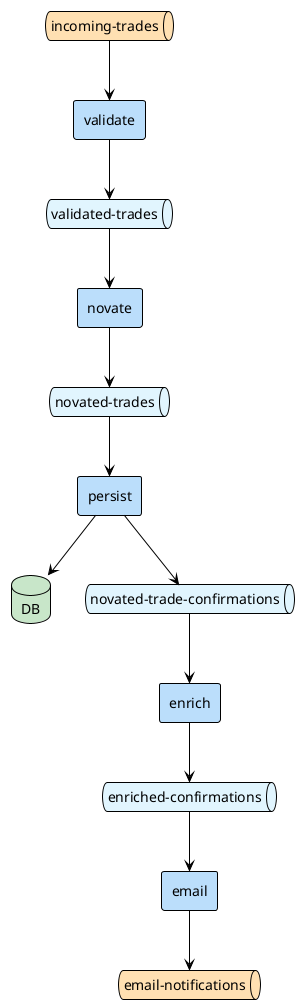
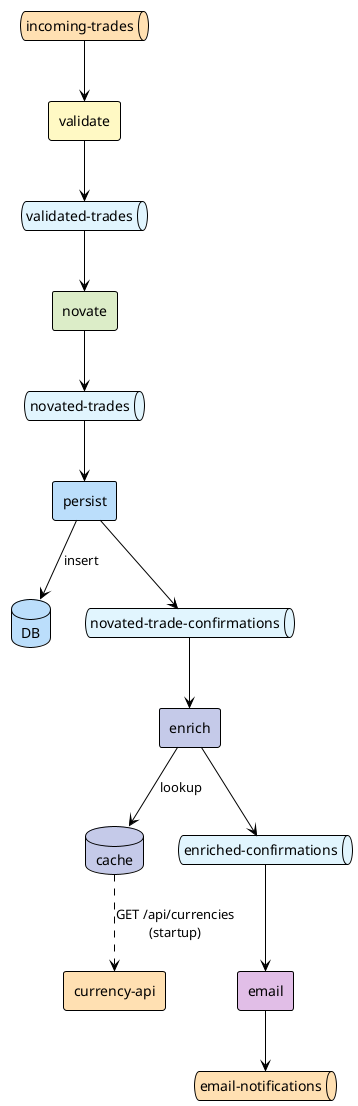
@startuml flow
!theme plain

' Input Channel (message queue)
queue "incoming-trades" as ch_in #FFE0B2

' validate Filter
- rectangle "validate" as f1 #BBDEFB
+ rectangle "validate" as f1 #FFF9C4
queue "validated-trades" as ch_1 #E1F5FE

' novate Filter
- rectangle "novate" as f2 #BBDEFB
+ rectangle "novate" as f2 #DCEDC8
queue "novated-trades" as ch_2 #E1F5FE

' persist Filter
rectangle "persist" as f3 #BBDEFB
- database "DB" as db #C8E6C9
+ database "DB" as db #BBDEFB
queue "novated-trade-confirmations" as ch_3 #E1F5FE

' enrich Filter
- rectangle "enrich" as f4 #BBDEFB
+ rectangle "enrich" as f4 #C5CAE9
+ database "cache" as cache #C5CAE9
+ rectangle "currency-api" as currency_api #FFE0B2
queue "enriched-confirmations" as ch_4 #E1F5FE

' email Filter
- rectangle "email" as f5 #BBDEFB
+ rectangle "email" as f5 #E1BEE7
queue "email-notifications" as ch_out #FFE0B2

' Flow connections
ch_in --> f1
f1 --> ch_1
ch_1 --> f2
f2 --> ch_2
ch_2 --> f3
- f3 --> db
+ f3 --> db : insert
f3 --> ch_3
ch_3 --> f4
+ f4 --> cache : lookup
+ cache ..> currency_api : GET /api/currencies\n(startup)
f4 --> ch_4
ch_4 --> f5
f5 --> ch_out

@enduml
